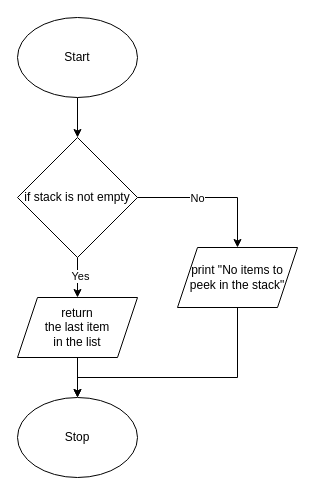
dbcalitis/ics4u-unit2-03-typescript keeps this draw.io diagram as Design/Unit2-peek.drawio. Above is the earlier version. Source tidied: cells renumbered, new cells numbered last; positions are measured from the earlier drawing's top-left corner, leaving out a move shared by most shapes. Both pictures are drawn from the tidied source at 100%, with x=0, y=0 at pixel (17, 17).
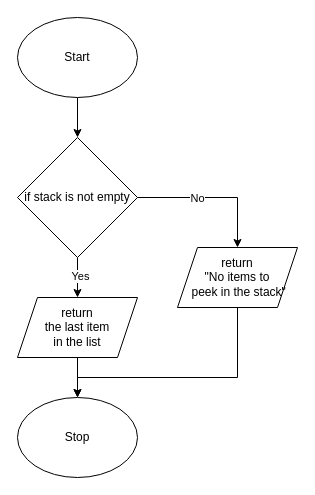
Above is the later version.

Diff of the diagram source:
```diff
@@
 <mxGraphModel>
   <root>
     <mxCell id="0" />
     <mxCell id="1" parent="0" />
     <mxCell id="2" style="edgeStyle=none;html=1;exitX=0.5;exitY=1;exitDx=0;exitDy=0;" parent="1" edge="1" source="3" target="9">
       <mxGeometry relative="1" as="geometry" />
     </mxCell>
     <mxCell id="3" value="Start" style="ellipse;whiteSpace=wrap;html=1;" parent="1" vertex="1">
       <mxGeometry width="120" height="80" as="geometry" />
     </mxCell>
     <mxCell id="4" style="edgeStyle=none;html=1;exitX=0.5;exitY=1;exitDx=0;exitDy=0;" parent="1" edge="1" target="10">
       <mxGeometry relative="1" as="geometry">
         <mxPoint x="60" y="340" as="sourcePoint" />
       </mxGeometry>
     </mxCell>
     <mxCell id="5" style="edgeStyle=none;html=1;exitX=0.5;exitY=1;exitDx=0;exitDy=0;" parent="1" edge="1" source="9">
       <mxGeometry relative="1" as="geometry">
         <mxPoint x="60" y="280" as="targetPoint" />
       </mxGeometry>
     </mxCell>
     <mxCell id="6" value="Yes" style="edgeLabel;html=1;align=center;verticalAlign=middle;" parent="5" vertex="1">
       <mxGeometry x="-0.12" y="2" relative="1" as="geometry" />
     </mxCell>
     <mxCell id="7" style="edgeStyle=orthogonalEdgeStyle;rounded=0;html=1;exitX=1;exitY=0.5;exitDx=0;exitDy=0;entryX=0.5;entryY=0;entryDx=0;entryDy=0;" parent="1" edge="1" source="9" target="13">
       <mxGeometry relative="1" as="geometry" />
     </mxCell>
     <mxCell id="8" value="No" style="edgeLabel;html=1;align=center;verticalAlign=middle;" parent="7" vertex="1">
       <mxGeometry x="-0.22" relative="1" as="geometry" />
     </mxCell>
     <mxCell id="9" value="if stack is not empty" style="rhombus;whiteSpace=wrap;html=1;" parent="1" vertex="1">
       <mxGeometry y="120" width="120" height="120" as="geometry" />
     </mxCell>
     <mxCell id="10" value="Stop" style="ellipse;whiteSpace=wrap;html=1;" parent="1" vertex="1">
       <mxGeometry y="380" width="120" height="80" as="geometry" />
     </mxCell>
     <mxCell id="11" value="return &lt;br&gt;the last item &lt;br&gt;in the list" style="shape=parallelogram;perimeter=parallelogramPerimeter;whiteSpace=wrap;html=1;fixedSize=1;" parent="1" vertex="1">
       <mxGeometry y="280" width="120" height="60" as="geometry" />
     </mxCell>
     <mxCell id="12" style="edgeStyle=orthogonalEdgeStyle;rounded=0;html=1;exitX=0.5;exitY=1;exitDx=0;exitDy=0;" parent="1" edge="1" source="13" target="10">
       <mxGeometry relative="1" as="geometry">
         <Array as="points">
           <mxPoint x="220" y="360" />
           <mxPoint x="60" y="360" />
         </Array>
       </mxGeometry>
     </mxCell>
-    <mxCell id="13" value="print &quot;No items to peek in the stack&quot;" style="shape=parallelogram;perimeter=parallelogramPerimeter;whiteSpace=wrap;html=1;fixedSize=1;" parent="1" vertex="1">
+    <mxCell id="13" value="return &lt;br&gt;&quot;No items to&lt;br&gt;&amp;nbsp;peek in the stack&quot;" style="shape=parallelogram;perimeter=parallelogramPerimeter;whiteSpace=wrap;html=1;fixedSize=1;" parent="1" vertex="1">
       <mxGeometry x="160" y="230" width="120" height="60" as="geometry" />
     </mxCell>
   </root>
 </mxGraphModel>
```
